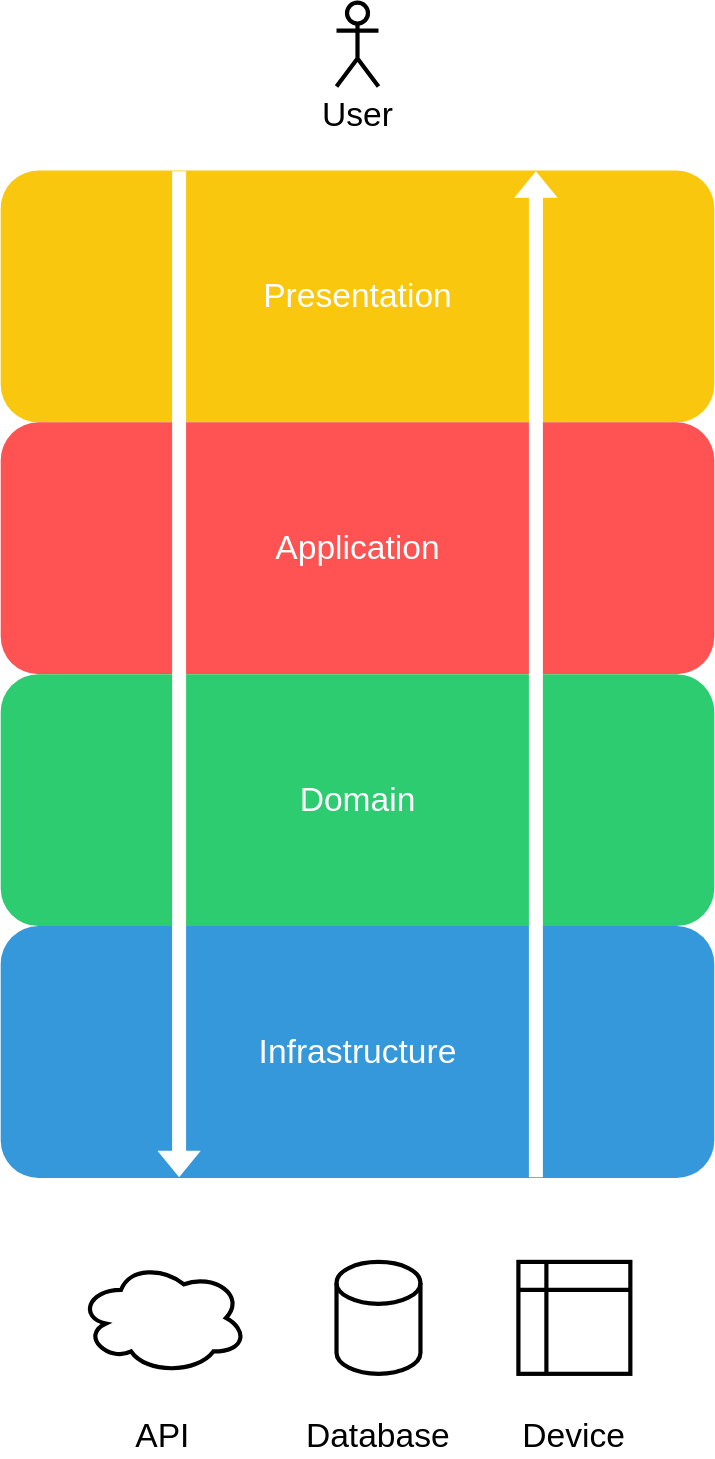
Above: docs/assets/dataflow.svg in jtdLab/rapid (draw.io), before the change. Source tidied: cells renumbered, new cells last; positions are measured from the earlier drawing's top-left corner, leaving out a move shared by most shapes.
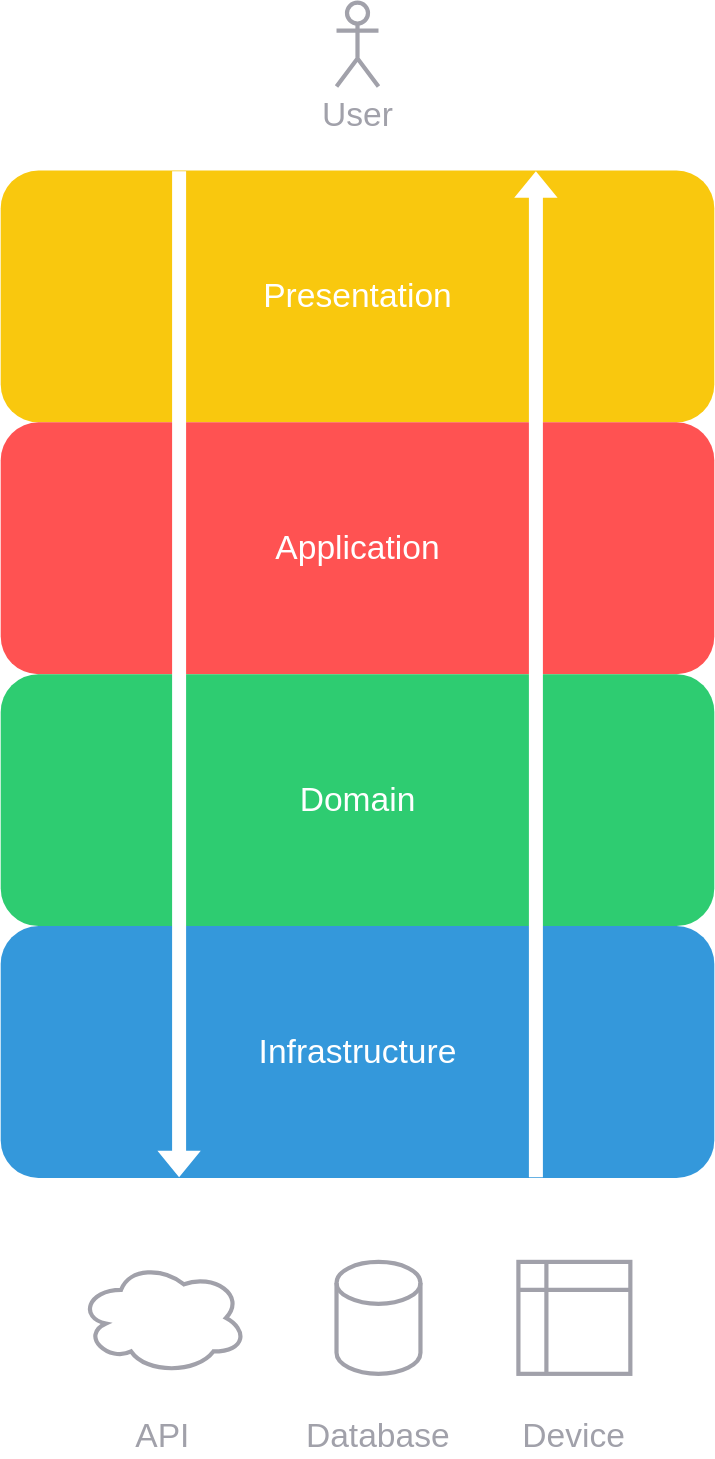
Later version of the same file.

Diff of the diagram source:
```diff
@@ -38,25 +38,25 @@
     <mxCell id="13" style="shape=flexArrow;endArrow=classic;html=1;rounded=0;exitX=0.75;exitY=1;exitDx=0;exitDy=0;entryX=0.75;entryY=0;entryDx=0;entryDy=0;strokeColor=none;fillColor=default;" parent="3" edge="1" source="7" target="4">
       <mxGeometry relative="1" as="geometry" />
     </mxCell>
-    <mxCell id="14" value="&lt;font style=&quot;font-size: 24px;&quot;&gt;User&lt;/font&gt;" style="shape=umlActor;verticalLabelPosition=bottom;verticalAlign=top;html=1;strokeWidth=3;" parent="2" vertex="1">
+    <mxCell id="14" value="&lt;font color=&quot;#a1a1aa&quot; style=&quot;font-size: 24px;&quot;&gt;User&lt;/font&gt;" style="shape=umlActor;verticalLabelPosition=bottom;verticalAlign=top;html=1;strokeWidth=3;strokeColor=#A1A1AA;fillColor=none;" parent="2" vertex="1">
       <mxGeometry x="240" width="30" height="60" as="geometry" />
     </mxCell>
-    <mxCell id="15" style="ellipse;shape=cloud;whiteSpace=wrap;html=1;strokeWidth=3;" parent="2" vertex="1">
+    <mxCell id="15" style="ellipse;shape=cloud;whiteSpace=wrap;html=1;strokeWidth=3;strokeColor=#A1A1AA;fillColor=none;" parent="2" vertex="1">
       <mxGeometry x="56" y="900" width="120" height="80" as="geometry" />
     </mxCell>
-    <mxCell id="16" style="shape=cylinder3;whiteSpace=wrap;html=1;boundedLbl=1;backgroundOutline=1;size=15;strokeWidth=3;" parent="2" vertex="1">
+    <mxCell id="16" style="shape=cylinder3;whiteSpace=wrap;html=1;boundedLbl=1;backgroundOutline=1;size=15;strokeWidth=3;strokeColor=#A1A1AA;fillColor=none;" parent="2" vertex="1">
       <mxGeometry x="240" y="900" width="60" height="80" as="geometry" />
     </mxCell>
-    <mxCell id="17" style="shape=internalStorage;whiteSpace=wrap;html=1;backgroundOutline=1;strokeWidth=3;" parent="2" vertex="1">
+    <mxCell id="17" style="shape=internalStorage;whiteSpace=wrap;html=1;backgroundOutline=1;strokeWidth=3;strokeColor=#A1A1AA;fillColor=none;" parent="2" vertex="1">
       <mxGeometry x="370" y="900" width="80" height="80" as="geometry" />
     </mxCell>
-    <mxCell id="18" value="&lt;font style=&quot;font-size: 24px;&quot;&gt;API&lt;/font&gt;" style="text;html=1;strokeColor=none;fillColor=none;align=center;verticalAlign=middle;whiteSpace=wrap;rounded=0;" parent="2" vertex="1">
+    <mxCell id="18" value="&lt;font color=&quot;#a1a1aa&quot; style=&quot;font-size: 24px;&quot;&gt;API&lt;/font&gt;" style="text;html=1;strokeColor=none;fillColor=none;align=center;verticalAlign=middle;whiteSpace=wrap;rounded=0;" parent="2" vertex="1">
       <mxGeometry x="86" y="1010" width="60" height="30" as="geometry" />
     </mxCell>
-    <mxCell id="19" value="&lt;font style=&quot;font-size: 24px;&quot;&gt;Database&lt;/font&gt;" style="text;html=1;strokeColor=none;fillColor=none;align=center;verticalAlign=middle;whiteSpace=wrap;rounded=0;" parent="2" vertex="1">
+    <mxCell id="19" value="&lt;font color=&quot;#a1a1aa&quot; style=&quot;font-size: 24px;&quot;&gt;Database&lt;/font&gt;" style="text;html=1;strokeColor=none;fillColor=none;align=center;verticalAlign=middle;whiteSpace=wrap;rounded=0;" parent="2" vertex="1">
       <mxGeometry x="240" y="1010" width="60" height="30" as="geometry" />
     </mxCell>
-    <mxCell id="20" value="&lt;span style=&quot;font-size: 24px;&quot;&gt;Device&lt;/span&gt;" style="text;html=1;strokeColor=none;fillColor=none;align=center;verticalAlign=middle;whiteSpace=wrap;rounded=0;" parent="2" vertex="1">
+    <mxCell id="20" value="&lt;span style=&quot;font-size: 24px;&quot;&gt;&lt;font color=&quot;#a1a1aa&quot;&gt;Device&lt;/font&gt;&lt;/span&gt;" style="text;html=1;strokeColor=none;fillColor=none;align=center;verticalAlign=middle;whiteSpace=wrap;rounded=0;" parent="2" vertex="1">
       <mxGeometry x="380" y="1010" width="60" height="30" as="geometry" />
     </mxCell>
   </root>
```
